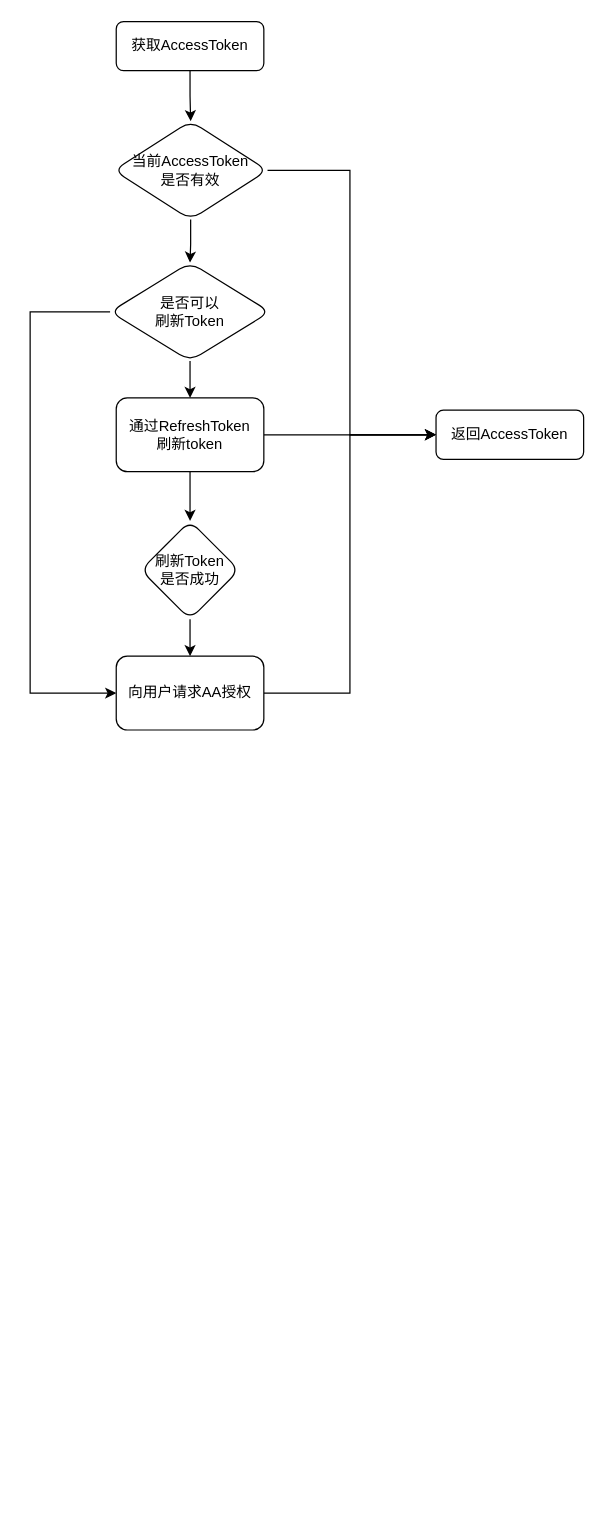
xubinlu/android-journey keeps this draw.io diagram as UK AA UTM.drawio. Above is the earlier version. Source tidied: cells renumbered, new cells numbered last; positions are measured from the earlier drawing's top-left corner, leaving out a move shared by most shapes. Both pictures are drawn from the tidied source at 123%, with x=0, y=0 at pixel (30, 21).
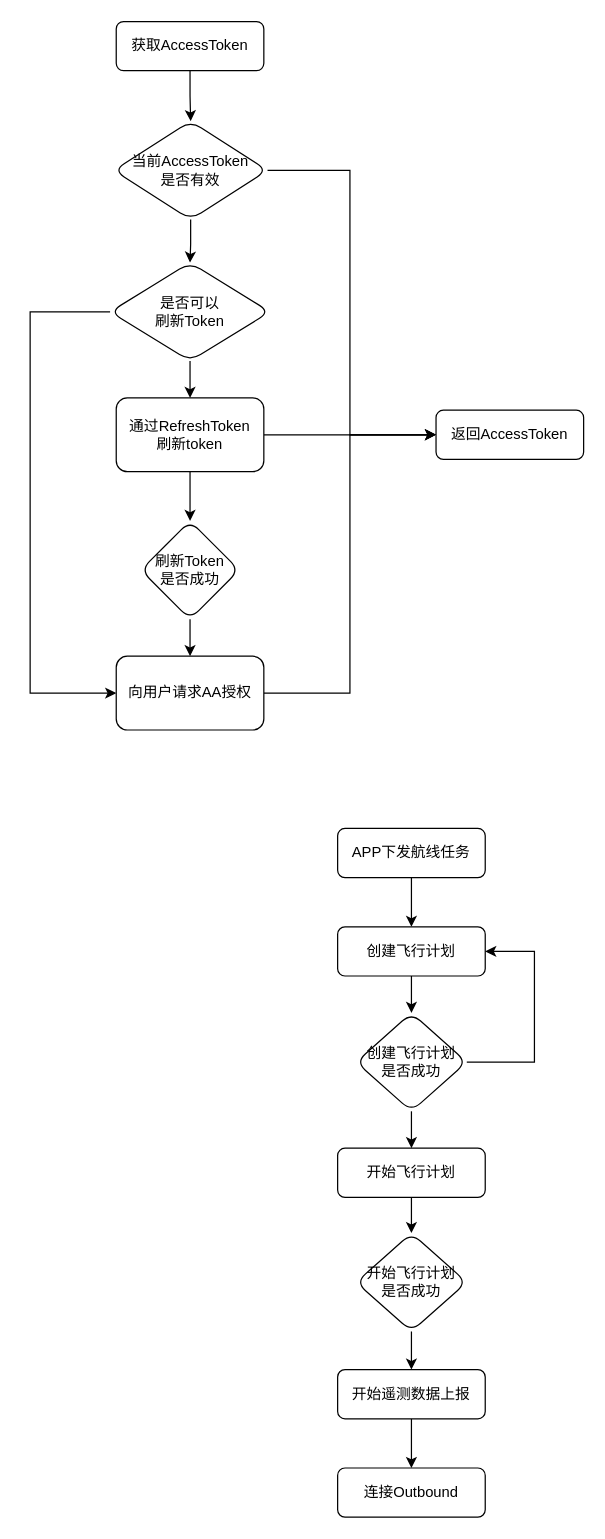
The same page after the edit.

Change to the diagram source:
```diff
@@
+    <mxCell id="18" style="edgeStyle=orthogonalEdgeStyle;rounded=0;jettySize=auto;html=1;" parent="1" edge="1" source="19" target="21">
+      <mxGeometry relative="1" as="geometry" />
+    </mxCell>
+    <mxCell id="19" value="APP下发航线任务" style="rounded=1;whiteSpace=wrap;html=1;fontSize=12;glass=0;strokeWidth=1;shadow=0;" parent="1" vertex="1">
+      <mxGeometry x="250" y="656" width="120" height="40" as="geometry" />
+    </mxCell>
+    <mxCell id="20" style="edgeStyle=orthogonalEdgeStyle;rounded=0;jettySize=auto;html=1;exitX=0.5;exitY=1;exitDx=0;exitDy=0;entryX=0.5;entryY=0;entryDx=0;entryDy=0;" parent="1" edge="1" source="21" target="26">
+      <mxGeometry relative="1" as="geometry" />
+    </mxCell>
+    <mxCell id="21" value="创建飞行计划" style="rounded=1;whiteSpace=wrap;html=1;fontSize=12;glass=0;strokeWidth=1;shadow=0;" parent="1" vertex="1">
+      <mxGeometry x="250" y="736" width="120" height="40" as="geometry" />
+    </mxCell>
+    <mxCell id="22" style="edgeStyle=orthogonalEdgeStyle;rounded=0;jettySize=auto;html=1;exitX=0.5;exitY=1;exitDx=0;exitDy=0;" parent="1" edge="1" source="23" target="28">
+      <mxGeometry relative="1" as="geometry" />
+    </mxCell>
+    <mxCell id="23" value="开始飞行计划" style="rounded=1;whiteSpace=wrap;html=1;fontSize=12;glass=0;strokeWidth=1;shadow=0;" parent="1" vertex="1">
+      <mxGeometry x="250" y="916" width="120" height="40" as="geometry" />
+    </mxCell>
+    <mxCell id="24" style="edgeStyle=orthogonalEdgeStyle;rounded=0;jettySize=auto;html=1;exitX=0.5;exitY=1;exitDx=0;exitDy=0;entryX=0.5;entryY=0;entryDx=0;entryDy=0;" parent="1" edge="1" source="26" target="23">
+      <mxGeometry relative="1" as="geometry" />
+    </mxCell>
+    <mxCell id="25" style="edgeStyle=orthogonalEdgeStyle;rounded=0;jettySize=auto;html=1;exitX=1;exitY=0.5;exitDx=0;exitDy=0;entryX=1;entryY=0.5;entryDx=0;entryDy=0;" parent="1" edge="1" source="26" target="21">
+      <mxGeometry relative="1" as="geometry">
+        <Array as="points">
+          <mxPoint x="410" y="846" />
+          <mxPoint x="410" y="756" />
+        </Array>
+      </mxGeometry>
+    </mxCell>
+    <mxCell id="26" value="创建飞行计划&lt;br&gt;是否成功" style="rhombus;whiteSpace=wrap;html=1;rounded=1;glass=0;strokeWidth=1;shadow=0;" parent="1" vertex="1">
+      <mxGeometry x="265" y="806" width="90" height="80" as="geometry" />
+    </mxCell>
+    <mxCell id="27" style="edgeStyle=orthogonalEdgeStyle;rounded=0;jettySize=auto;html=1;" parent="1" edge="1" source="28">
+      <mxGeometry relative="1" as="geometry">
+        <mxPoint x="310" y="1096" as="targetPoint" />
+      </mxGeometry>
+    </mxCell>
+    <mxCell id="28" value="开始飞行计划&lt;br&gt;是否成功" style="rhombus;whiteSpace=wrap;html=1;rounded=1;glass=0;strokeWidth=1;shadow=0;" parent="1" vertex="1">
+      <mxGeometry x="265" y="985" width="90" height="80" as="geometry" />
+    </mxCell>
+    <mxCell id="29" style="edgeStyle=orthogonalEdgeStyle;rounded=0;jettySize=auto;html=1;exitX=0.5;exitY=1;exitDx=0;exitDy=0;entryX=0.5;entryY=0;entryDx=0;entryDy=0;" parent="1" edge="1" source="30" target="31">
+      <mxGeometry relative="1" as="geometry" />
+    </mxCell>
+    <mxCell id="30" value="开始遥测数据上报" style="rounded=1;whiteSpace=wrap;html=1;fontSize=12;glass=0;strokeWidth=1;shadow=0;" parent="1" vertex="1">
+      <mxGeometry x="250" y="1096" width="120" height="40" as="geometry" />
+    </mxCell>
+    <mxCell id="31" value="连接Outbound" style="rounded=1;whiteSpace=wrap;html=1;fontSize=12;glass=0;strokeWidth=1;shadow=0;" parent="1" vertex="1">
+      <mxGeometry x="250" y="1176" width="120" height="40" as="geometry" />
+    </mxCell>
```
